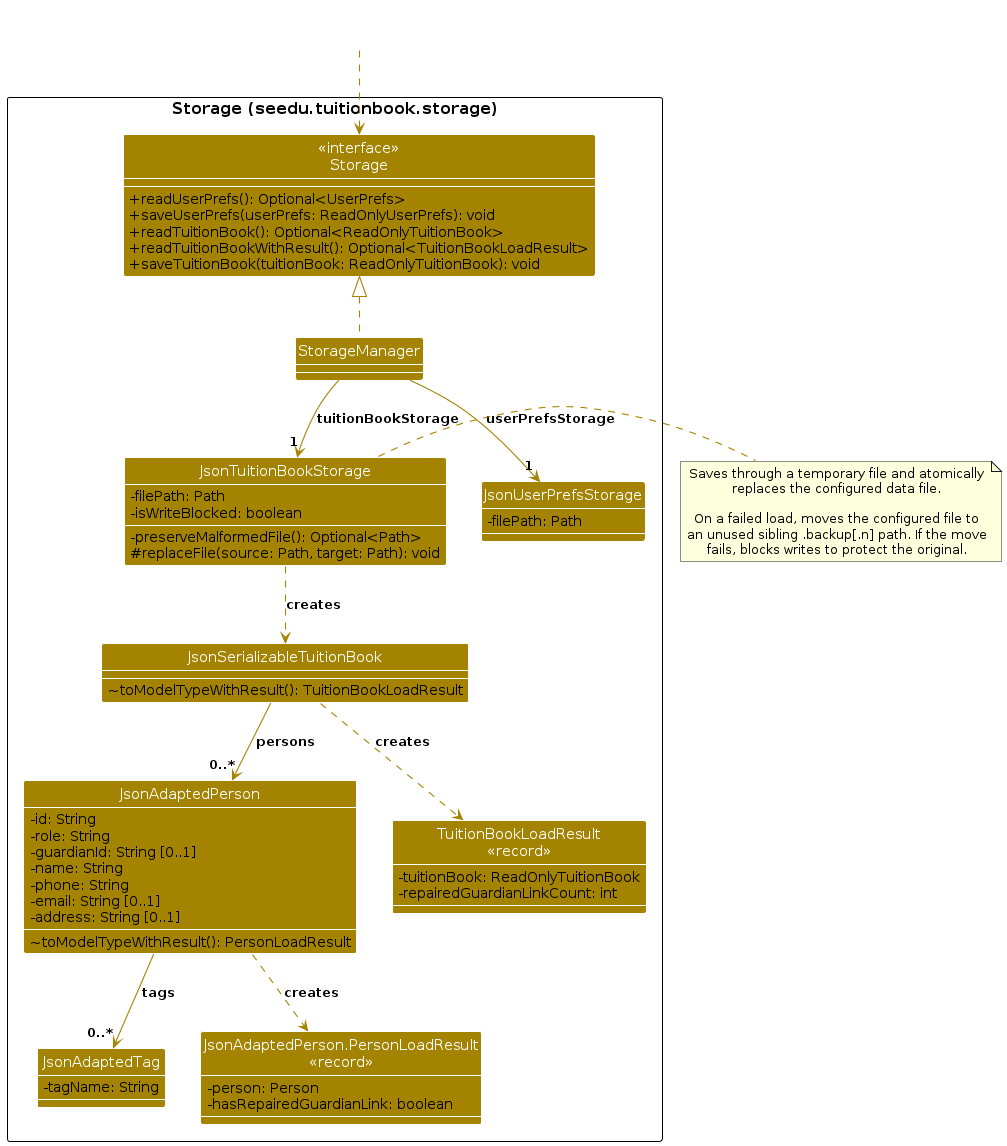
Above: diagrams/StorageClassDiagram.png in AY2627S1-CS2103T-T16-2/tp (PlantUML), before the change. Its source is kept beside it as diagrams/StorageClassDiagram.puml.
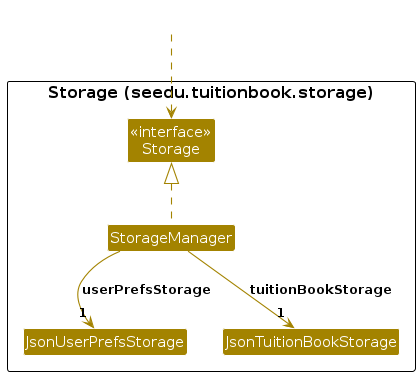
The same diagram one commit later.

The edit, as a diff of the source:
```diff
@@ -4,53 +4,15 @@
 skinparam arrowColor STORAGE_COLOR
 skinparam classBackgroundColor STORAGE_COLOR
 skinparam classAttributeIconSize 0
-show members
+hide members
 
 package "Storage (seedu.tuitionbook.storage)" as StoragePackage {
 
 Class "<<interface>>\nStorage" as Storage {
-    +readUserPrefs(): Optional<UserPrefs>
-    +saveUserPrefs(userPrefs: ReadOnlyUserPrefs): void
-    +readTuitionBook(): Optional<ReadOnlyTuitionBook>
-    +readTuitionBookWithResult(): Optional<TuitionBookLoadResult>
-    +saveTuitionBook(tuitionBook: ReadOnlyTuitionBook): void
 }
 Class StorageManager
-
-Class JsonUserPrefsStorage {
-    -filePath: Path
-}
-
-Class JsonTuitionBookStorage {
-    -filePath: Path
-    -isWriteBlocked: boolean
-    -preserveMalformedFile(): Optional<Path>
-    #replaceFile(source: Path, target: Path): void
-}
-Class JsonSerializableTuitionBook {
-    ~toModelTypeWithResult(): TuitionBookLoadResult
-}
-Class JsonAdaptedPerson {
-    -id: String
-    -role: String
-    -guardianId: String [0..1]
-    -name: String
-    -phone: String
-    -email: String [0..1]
-    -address: String [0..1]
-    ~toModelTypeWithResult(): PersonLoadResult
-}
-Class JsonAdaptedTag {
-    -tagName: String
-}
-Class "TuitionBookLoadResult\n<<record>>" as TuitionBookLoadResult {
-    -tuitionBook: ReadOnlyTuitionBook
-    -repairedGuardianLinkCount: int
-}
-Class "JsonAdaptedPerson.PersonLoadResult\n<<record>>" as PersonLoadResult {
-    -person: Person
-    -hasRepairedGuardianLink: boolean
-}
+Class JsonUserPrefsStorage
+Class JsonTuitionBookStorage
 
 }
 
@@ -61,19 +23,4 @@
 StorageManager -down-> "1" JsonUserPrefsStorage : userPrefsStorage
 StorageManager -down-> "1" JsonTuitionBookStorage : tuitionBookStorage
 
-JsonTuitionBookStorage ..> JsonSerializableTuitionBook : creates
-JsonSerializableTuitionBook ..> TuitionBookLoadResult : creates
-JsonAdaptedPerson ..> PersonLoadResult : creates
-JsonSerializableTuitionBook --> "0..*" JsonAdaptedPerson : persons
-JsonAdaptedPerson --> "0..*" JsonAdaptedTag : tags
-
-note right of JsonTuitionBookStorage
-  Saves through a temporary file and atomically
-  replaces the configured data file.
-
-  On a failed load, moves the configured file to
-  an unused sibling .backup[.n] path. If the move
-  fails, blocks writes to protect the original.
-end note
-
 @enduml
```
